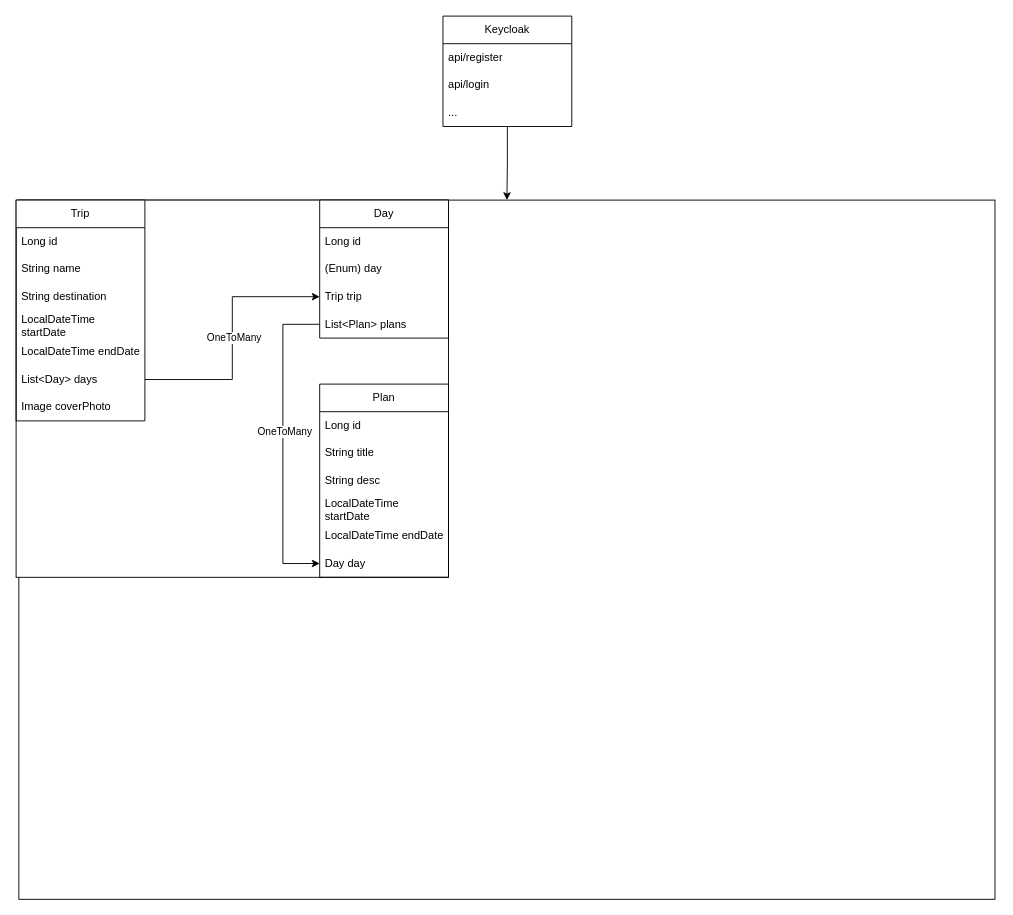
Before: TravelItineraryPlanner.drawio in tpoda35/JAVA.PROJECT.TravelItineraryPlanner, a draw.io diagram. Source tidied: cells renumbered, new cells numbered last; positions are measured from the earlier drawing's top-left corner, leaving out a move shared by most shapes. Both pictures are drawn from the tidied source at 92%, with x=0, y=0 at pixel (16, 16).
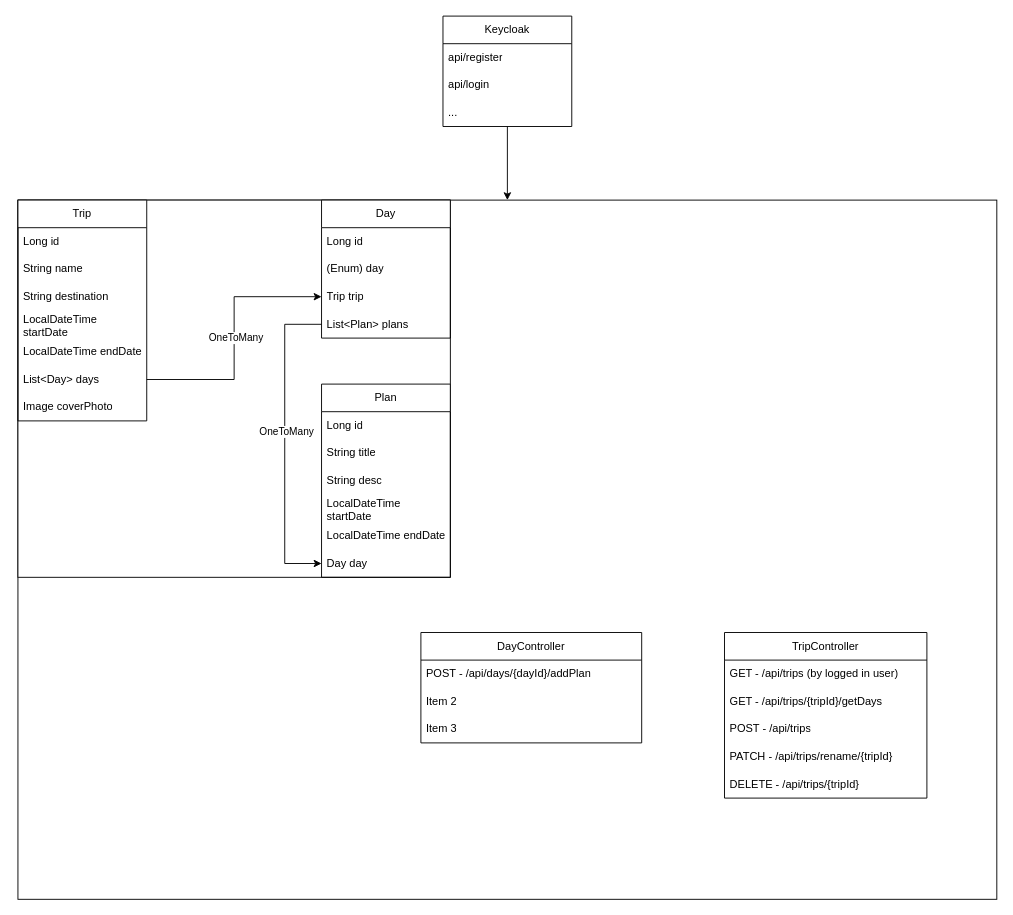
After the change.

What changed in the source:
```diff
@@
     <mxCell id="2" style="rounded=0;whiteSpace=wrap;html=1;gradientColor=none;fillColor=none;" parent="1" vertex="1">
-      <mxGeometry x="3" y="200" width="1061" height="760" as="geometry" />
+      <mxGeometry x="2" y="200" width="1064" height="760" as="geometry" />
     </mxCell>
@@
     <mxCell id="8" style="group;" parent="1" vertex="1">
-      <mxGeometry y="200" width="470" height="520" as="geometry" />
+      <mxGeometry x="2" y="200" width="470" height="520" as="geometry" />
     </mxCell>
@@
+    <mxCell id="34" value="TripController" style="swimlane;fontStyle=0;horizontal=1;startSize=30;whiteSpace=wrap;html=1;" parent="1" vertex="1">
+      <mxGeometry x="770" y="670" width="220" height="180" as="geometry" />
+    </mxCell>
+    <mxCell id="35" value="GET - /api/trips (by logged in user)" style="text;strokeColor=none;fillColor=none;align=left;verticalAlign=middle;spacingLeft=4;spacingRight=4;overflow=hidden;whiteSpace=wrap;html=1;" parent="34" vertex="1">
+      <mxGeometry y="30" width="220" height="30" as="geometry" />
+    </mxCell>
+    <mxCell id="36" value="GET - /api/trips/{tripId}/getDays" style="text;strokeColor=none;fillColor=none;align=left;verticalAlign=middle;spacingLeft=4;spacingRight=4;overflow=hidden;whiteSpace=wrap;html=1;" parent="34" vertex="1">
+      <mxGeometry y="60" width="220" height="30" as="geometry" />
+    </mxCell>
+    <mxCell id="37" value="POST - /api/trips" style="text;strokeColor=none;fillColor=none;align=left;verticalAlign=middle;spacingLeft=4;spacingRight=4;overflow=hidden;whiteSpace=wrap;html=1;" parent="34" vertex="1">
+      <mxGeometry y="90" width="220" height="30" as="geometry" />
+    </mxCell>
+    <mxCell id="38" value="PATCH - /api/trips/rename/{tripId}" style="text;strokeColor=none;fillColor=none;align=left;verticalAlign=middle;spacingLeft=4;spacingRight=4;overflow=hidden;whiteSpace=wrap;html=1;" parent="34" vertex="1">
+      <mxGeometry y="120" width="220" height="30" as="geometry" />
+    </mxCell>
+    <mxCell id="39" value="DELETE - /api/trips/{tripId}" style="text;strokeColor=none;fillColor=none;align=left;verticalAlign=middle;spacingLeft=4;spacingRight=4;overflow=hidden;whiteSpace=wrap;html=1;" parent="34" vertex="1">
+      <mxGeometry y="150" width="220" height="30" as="geometry" />
+    </mxCell>
+    <mxCell id="40" value="DayController" style="swimlane;fontStyle=0;horizontal=1;startSize=30;whiteSpace=wrap;html=1;" parent="1" vertex="1">
+      <mxGeometry x="440" y="670" width="240" height="120" as="geometry" />
+    </mxCell>
+    <mxCell id="41" value="POST - /api/days/{dayId}/addPlan" style="text;strokeColor=none;fillColor=none;align=left;verticalAlign=middle;spacingLeft=4;spacingRight=4;overflow=hidden;whiteSpace=wrap;html=1;" parent="40" vertex="1">
+      <mxGeometry y="30" width="240" height="30" as="geometry" />
+    </mxCell>
+    <mxCell id="42" value="Item 2" style="text;strokeColor=none;fillColor=none;align=left;verticalAlign=middle;spacingLeft=4;spacingRight=4;overflow=hidden;whiteSpace=wrap;html=1;" parent="40" vertex="1">
+      <mxGeometry y="60" width="240" height="30" as="geometry" />
+    </mxCell>
+    <mxCell id="43" value="Item 3" style="text;strokeColor=none;fillColor=none;align=left;verticalAlign=middle;spacingLeft=4;spacingRight=4;overflow=hidden;whiteSpace=wrap;html=1;" parent="40" vertex="1">
+      <mxGeometry y="90" width="240" height="30" as="geometry" />
+    </mxCell>
```
